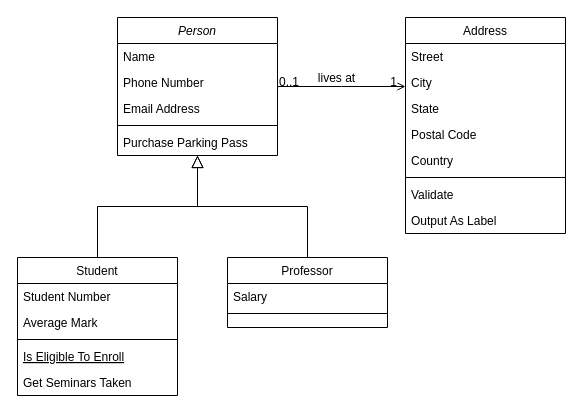
Above: Untitled Diagram.drawio in patrickrbecker/JS-miner-blocking (draw.io), before the change. Source tidied: cells renumbered, new cells numbered last; positions are measured from the earlier drawing's top-left corner, leaving out a move shared by most shapes. Both pictures are drawn from the tidied source at 100%, with x=0, y=0 at pixel (17, 17).
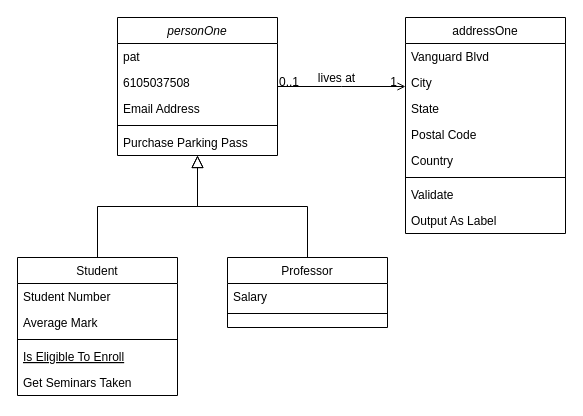
Above is the later version.

Change to the diagram source:
```diff
@@
-    <mxCell id="2" value="Person" style="swimlane;fontStyle=2;align=center;verticalAlign=top;horizontal=1;startSize=26;rounded=0;shadow=0;strokeWidth=1;" parent="1" vertex="1">
+    <mxCell id="2" value="personOne" style="swimlane;fontStyle=2;align=center;verticalAlign=top;horizontal=1;startSize=26;rounded=0;shadow=0;strokeWidth=1;" parent="1" vertex="1">
       <mxGeometry x="100" width="160" height="138" as="geometry" />
     </mxCell>
-    <mxCell id="3" value="Name" style="text;align=left;verticalAlign=top;spacingLeft=4;spacingRight=4;overflow=hidden;" parent="2" vertex="1">
+    <mxCell id="3" value="pat" style="text;align=left;verticalAlign=top;spacingLeft=4;spacingRight=4;overflow=hidden;" parent="2" vertex="1">
       <mxGeometry y="26" width="160" height="26" as="geometry" />
     </mxCell>
-    <mxCell id="4" value="Phone Number" style="text;align=left;verticalAlign=top;spacingLeft=4;spacingRight=4;overflow=hidden;rounded=0;shadow=0;html=0;" parent="2" vertex="1">
+    <mxCell id="4" value="6105037508" style="text;align=left;verticalAlign=top;spacingLeft=4;spacingRight=4;overflow=hidden;rounded=0;shadow=0;html=0;" parent="2" vertex="1">
       <mxGeometry y="52" width="160" height="26" as="geometry" />
     </mxCell>
@@
-    <mxCell id="19" value="Address" style="swimlane;fontStyle=0;align=center;verticalAlign=top;horizontal=1;startSize=26;rounded=0;shadow=0;strokeWidth=1;" parent="1" vertex="1">
+    <mxCell id="19" value="addressOne" style="swimlane;fontStyle=0;align=center;verticalAlign=top;horizontal=1;startSize=26;rounded=0;shadow=0;strokeWidth=1;" parent="1" vertex="1">
       <mxGeometry x="388" width="160" height="216" as="geometry" />
     </mxCell>
-    <mxCell id="20" value="Street" style="text;align=left;verticalAlign=top;spacingLeft=4;spacingRight=4;overflow=hidden;" parent="19" vertex="1">
+    <mxCell id="20" value="Vanguard Blvd" style="text;align=left;verticalAlign=top;spacingLeft=4;spacingRight=4;overflow=hidden;" parent="19" vertex="1">
       <mxGeometry y="26" width="160" height="26" as="geometry" />
     </mxCell>
```
